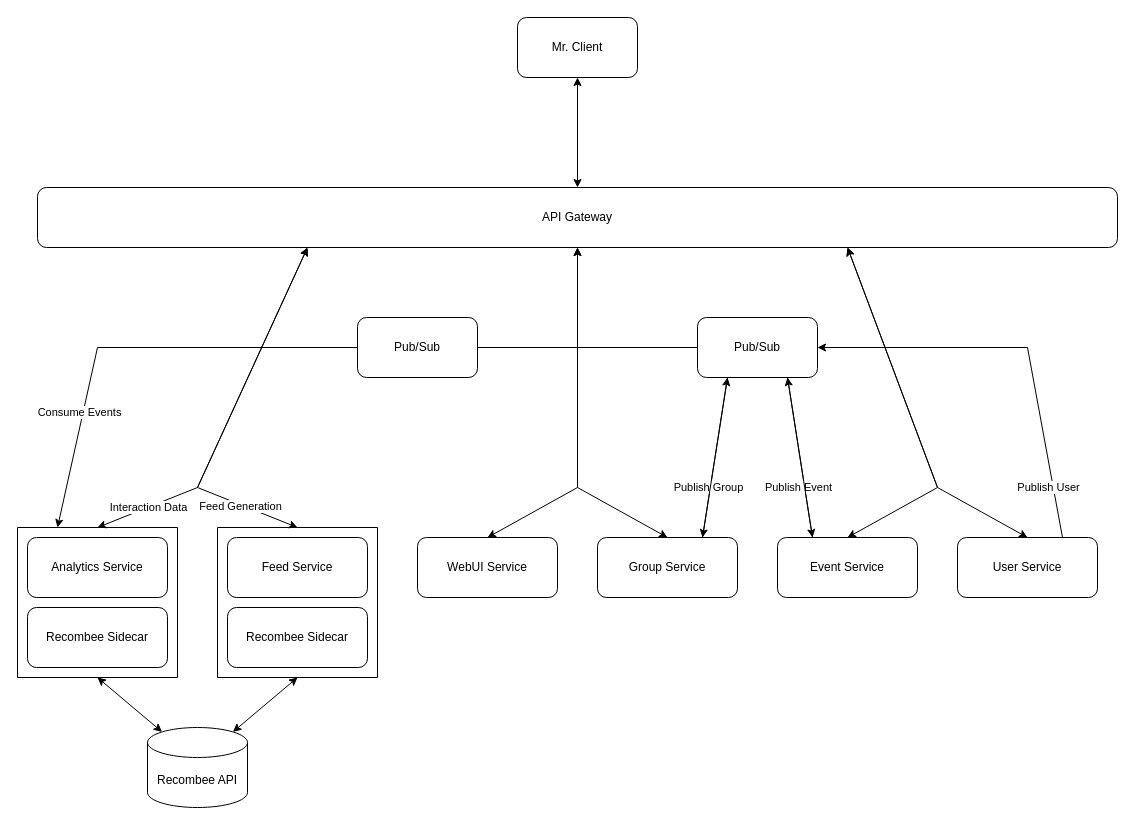
Earlier version of the draw.io diagram design_architecture.drawio (maged-elhabiby/YallaNow). Source tidied: cells renumbered, new cells numbered last; positions are measured from the earlier drawing's top-left corner, leaving out a move shared by most shapes. Both pictures are drawn from the tidied source at 100%, with x=0, y=0 at pixel (17, 17).
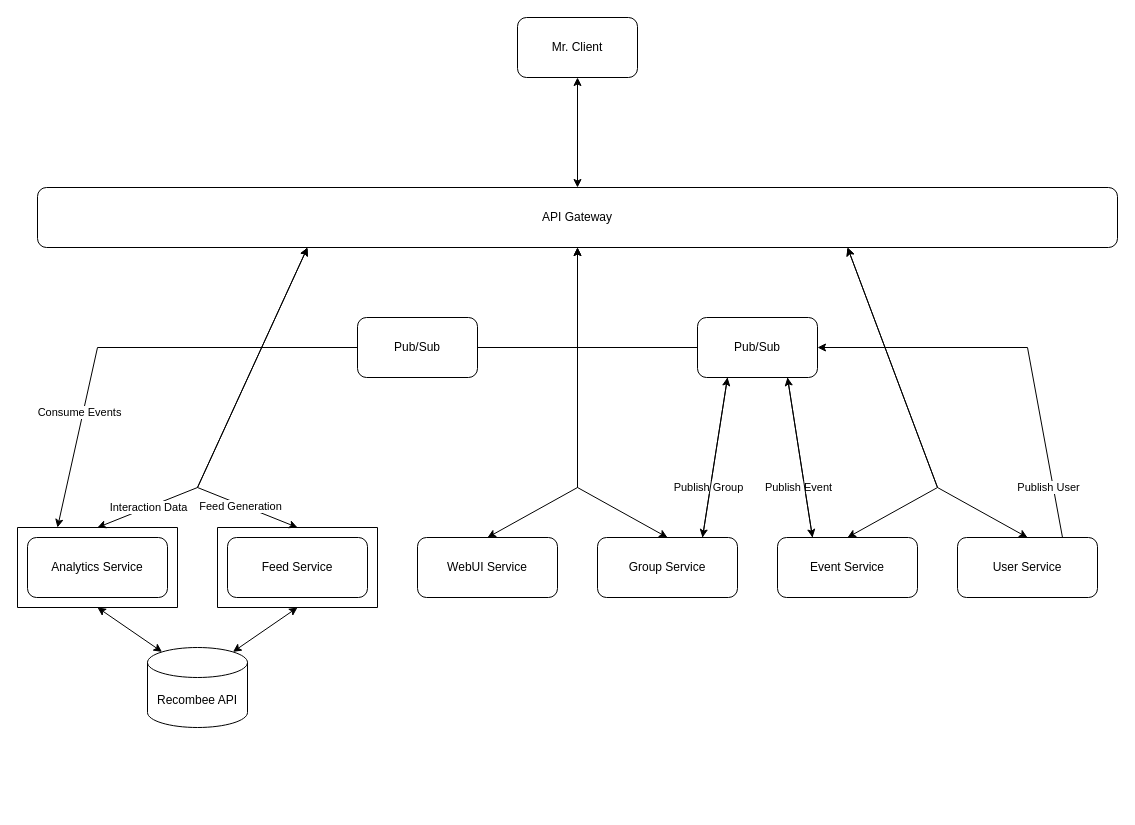
The same page after the edit.

Commit message:
architecture diagram

Change to the diagram source:
```diff
@@
     <mxCell id="2" style="swimlane;startSize=0;" parent="1" vertex="1">
-      <mxGeometry y="510" width="160" height="150" as="geometry" />
+      <mxGeometry y="510" width="160" height="80" as="geometry" />
     </mxCell>
@@
-    <mxCell id="4" value="Recombee Sidecar" style="rounded=1;whiteSpace=wrap;html=1;" parent="2" vertex="1">
-      <mxGeometry x="10" y="80" width="140" height="60" as="geometry" />
-    </mxCell>
     <mxCell id="5" style="swimlane;startSize=0;gradientColor=none;" parent="1" vertex="1">
-      <mxGeometry x="200" y="510" width="160" height="150" as="geometry" />
+      <mxGeometry x="200" y="510" width="160" height="80" as="geometry" />
     </mxCell>
@@
-    <mxCell id="7" value="Recombee Sidecar" style="rounded=1;whiteSpace=wrap;html=1;" parent="5" vertex="1">
-      <mxGeometry x="10" y="80" width="140" height="60" as="geometry" />
-    </mxCell>
     <mxCell id="8" value="Recombee API" style="shape=cylinder3;whiteSpace=wrap;html=1;boundedLbl=1;backgroundOutline=1;size=15;" parent="1" vertex="1">
-      <mxGeometry x="130" y="710" width="100" height="80" as="geometry" />
+      <mxGeometry x="130" y="630" width="100" height="80" as="geometry" />
     </mxCell>
```
